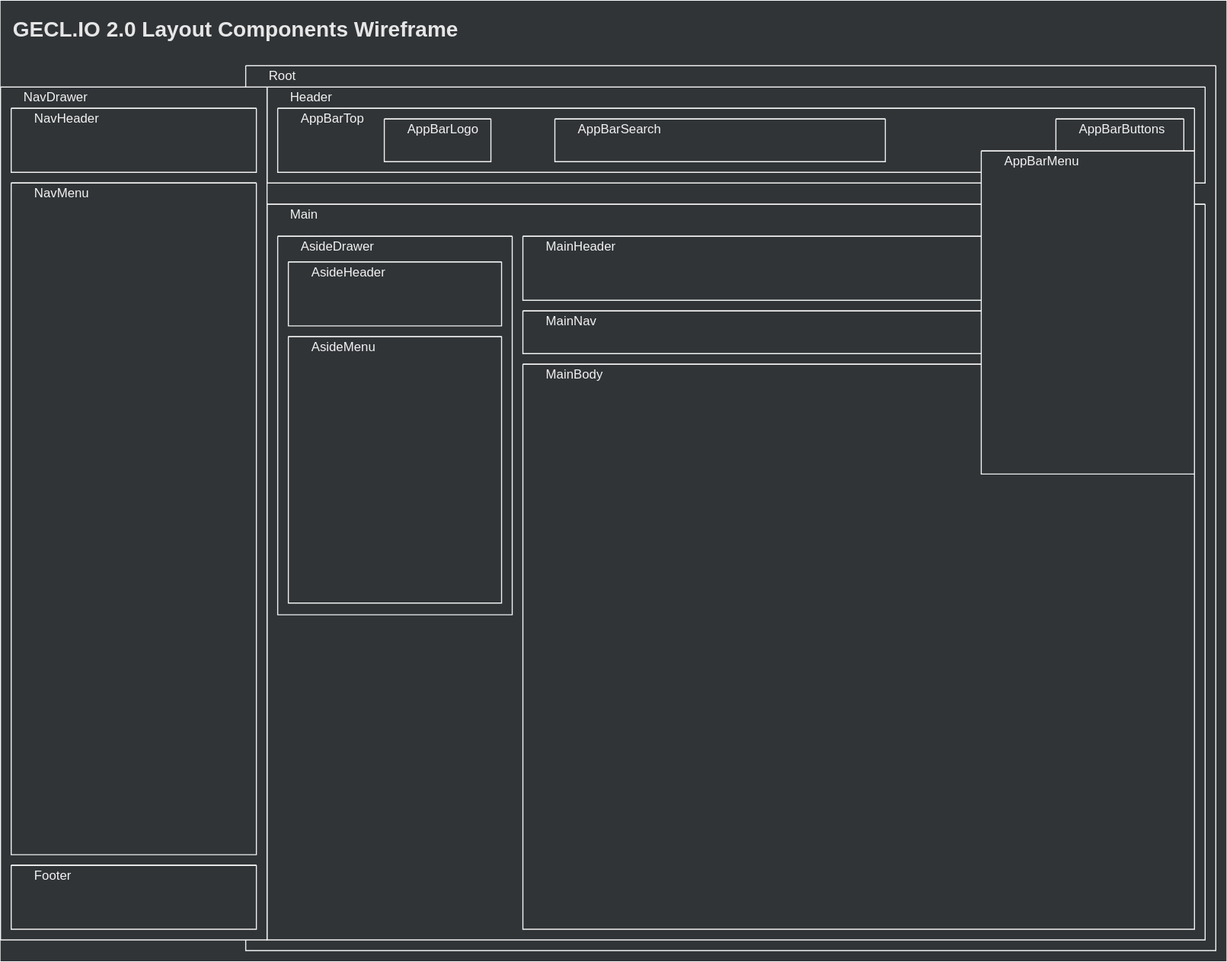
Earlier version of the draw.io export assets/.draw.io/documents/geclio2-wireframe-layout.svg (jiholee-ntwglobal/jiholee-ntwglobal.github.io). Source tidied: cells renumbered, new cells last; positions are measured from the earlier drawing's top-left corner, leaving out a move shared by most shapes.
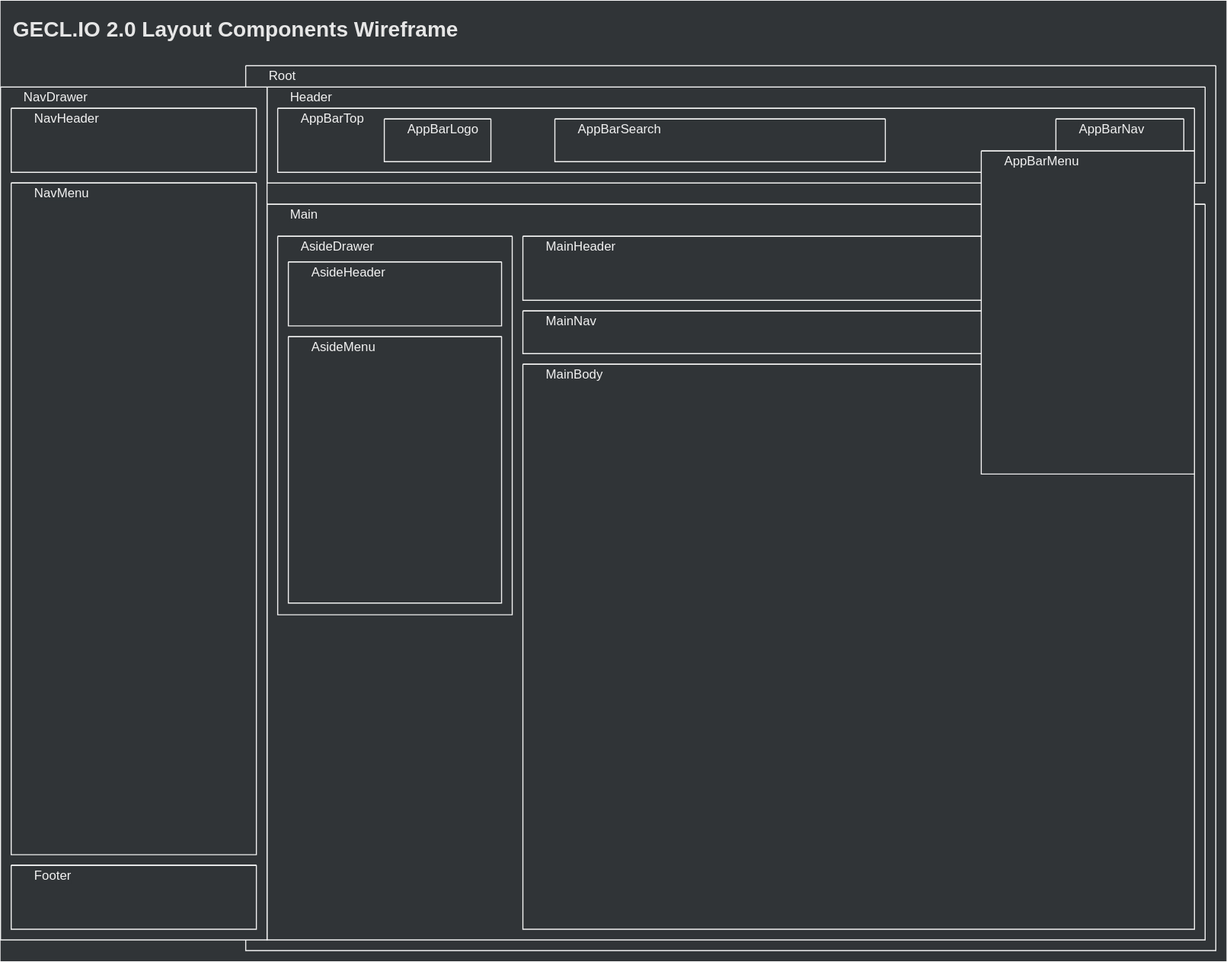
Later version of the same file.

Change to the diagram source:
```diff
@@ -102,7 +102,7 @@
     <mxCell id="35" style="swimlane;startSize=0;fillColor=none;strokeColor=#F2F2F2;fontColor=#F2F2F2;" parent="3" vertex="1">
       <mxGeometry x="990" y="111" width="120" height="40" as="geometry" />
     </mxCell>
-    <mxCell id="36" value="&lt;font color=&quot;#f2f2f2&quot; style=&quot;background-color: rgb(48 , 52 , 55)&quot;&gt;AppBarButtons&lt;/font&gt;" style="text;html=1;strokeColor=none;fillColor=none;align=left;verticalAlign=middle;whiteSpace=wrap;rounded=0;spacingLeft=20;" parent="35" vertex="1">
+    <mxCell id="36" value="&lt;font color=&quot;#f2f2f2&quot; style=&quot;background-color: rgb(48 , 52 , 55)&quot;&gt;AppBarNav&lt;/font&gt;" style="text;html=1;strokeColor=none;fillColor=none;align=left;verticalAlign=middle;whiteSpace=wrap;rounded=0;spacingLeft=20;" parent="35" vertex="1">
       <mxGeometry width="110" height="20" as="geometry" />
     </mxCell>
     <mxCell id="37" style="swimlane;startSize=0;fillColor=none;strokeColor=#F2F2F2;fontColor=#F2F2F2;" parent="3" vertex="1">
```
